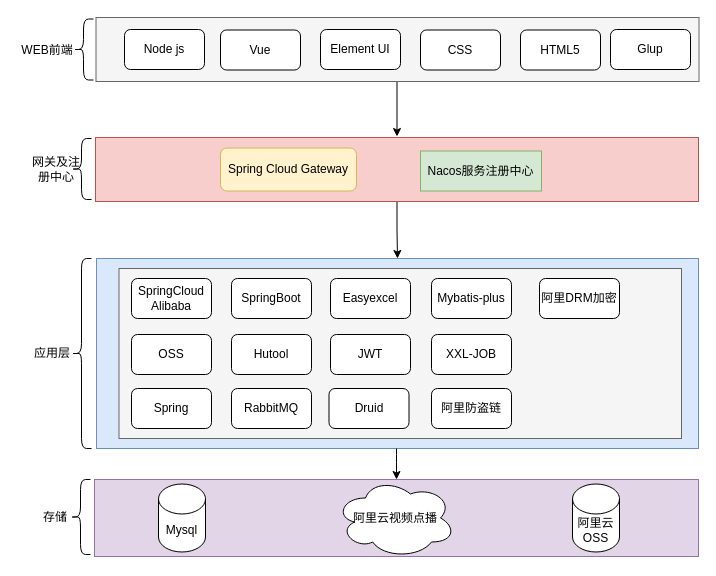
Above: 尚学堂技术架构.drawio in ammengke/my-drawio (draw.io), before the change. Source tidied: cells renumbered, new cells numbered last; positions are measured from the earlier drawing's top-left corner, leaving out a move shared by most shapes. Both pictures are drawn from the tidied source at 100%, with x=0, y=0 at pixel (17, 17).
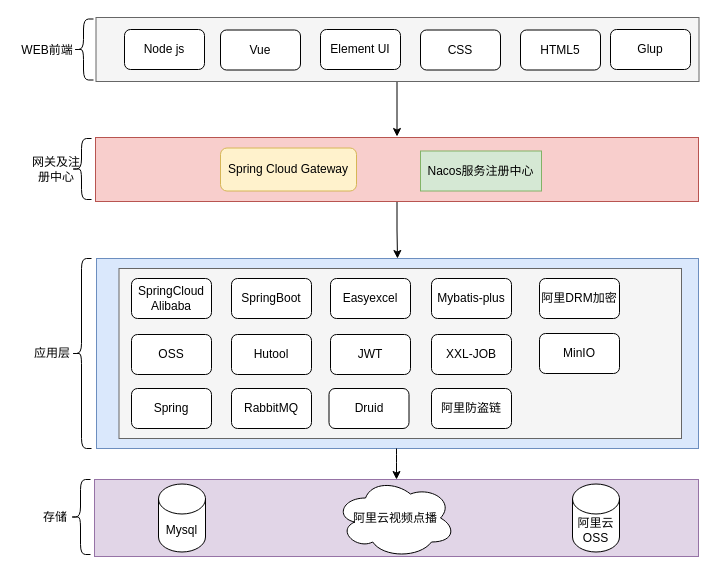
After the change.

Commit message:
更新尚学堂技术架构.drawio

What changed in the source:
```diff
@@
+    <mxCell id="42" value="MinIO" style="rounded=1;whiteSpace=wrap;html=1;" parent="1" vertex="1">
+      <mxGeometry x="522" y="316" width="80" height="40" as="geometry" />
+    </mxCell>
```
